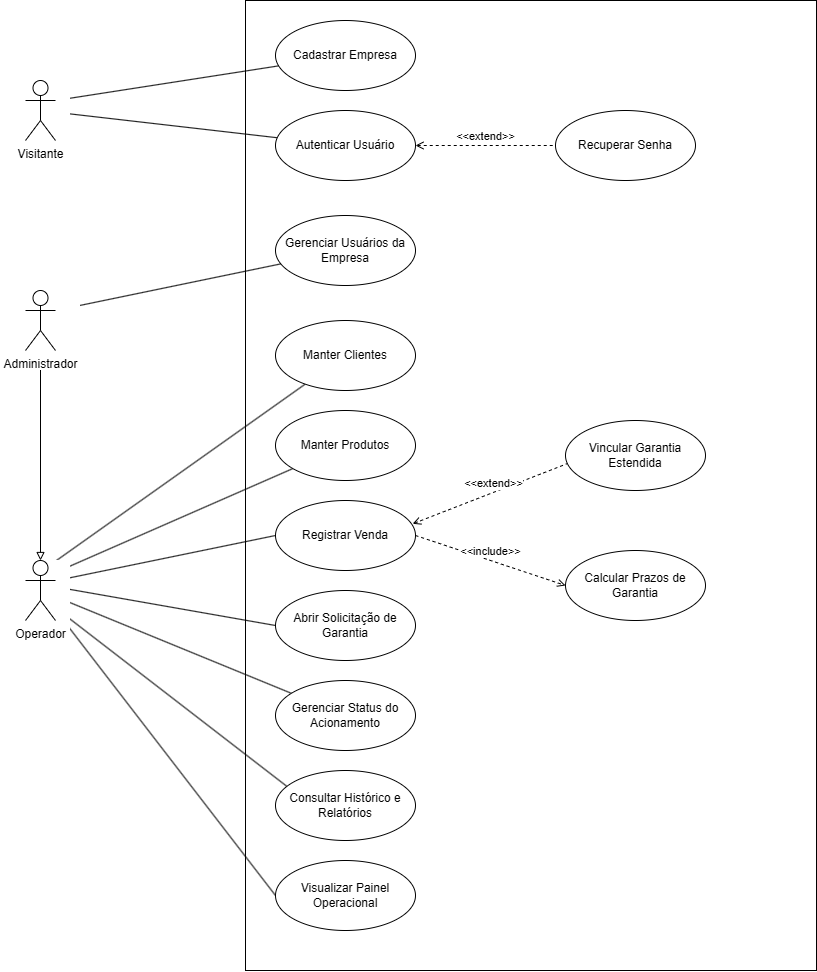
tmateus4/garantia-tcc-2026 keeps this draw.io diagram as img/diagramacasos.png. Above is the earlier version. Source tidied: cells renumbered, new cells last; positions are measured from the earlier drawing's top-left corner, leaving out a move shared by most shapes.
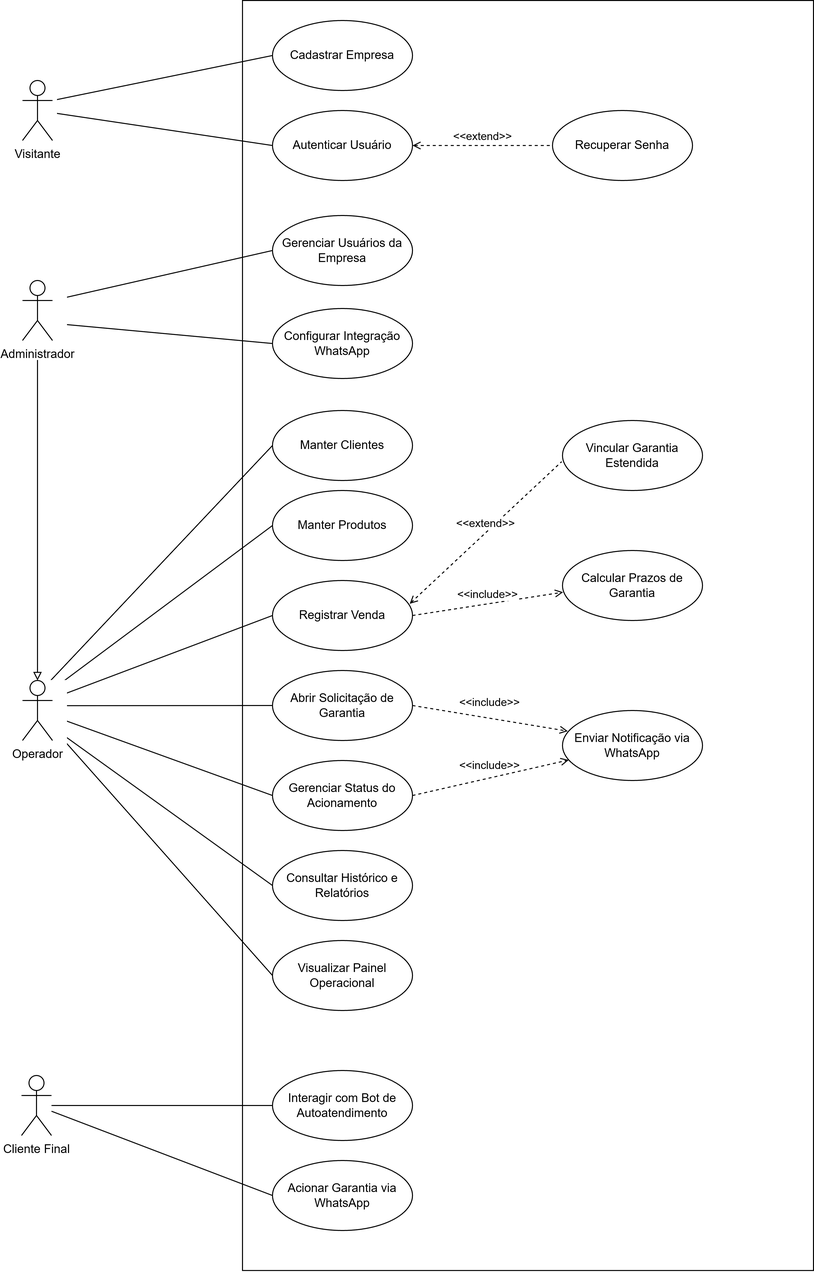
The same diagram one commit later.

The edit, as a diff of the source:
```diff
@@ -2,54 +2,51 @@
   <root>
     <mxCell id="0" />
     <mxCell id="1" parent="0" />
+    <mxCell id="36" style="rounded=0;whiteSpace=wrap;html=1;rotation=90;strokeColor=none;" parent="1" vertex="1">
+      <mxGeometry x="4" y="1090" width="80" height="30" as="geometry" />
+    </mxCell>
+    <mxCell id="7" style="rounded=0;jettySize=auto;html=1;exitX=0.5;exitY=0.5;exitDx=0;exitDy=0;exitPerimeter=0;endArrow=block;endFill=0;labelBackgroundColor=none;" parent="1" edge="1" source="17" target="35">
+      <mxGeometry relative="1" as="geometry" />
+    </mxCell>
     <mxCell id="2" style="rounded=0;whiteSpace=wrap;html=1;" parent="1" vertex="1">
-      <mxGeometry x="250" width="571" height="970" as="geometry" />
+      <mxGeometry x="250" width="571" height="1270" as="geometry" />
     </mxCell>
-    <mxCell id="3" style="rounded=0;jettySize=auto;html=1;exitX=0;exitY=0.5;exitDx=0;exitDy=0;endArrow=none;endFill=0;entryX=0.559;entryY=0.383;entryDx=0;entryDy=0;entryPerimeter=0;labelBackgroundColor=none;" parent="1" edge="1" source="28" target="35">
-      <mxGeometry relative="1" as="geometry" />
-    </mxCell>
-    <mxCell id="4" style="rounded=0;jettySize=auto;html=1;endArrow=none;endFill=0;" parent="1" edge="1" source="21" target="18">
+    <mxCell id="4" style="rounded=0;jettySize=auto;html=1;endArrow=none;endFill=0;exitX=0;exitY=0.5;exitDx=0;exitDy=0;" parent="1" edge="1" source="21" target="18">
       <mxGeometry relative="1" as="geometry" />
     </mxCell>
-    <mxCell id="5" style="rounded=0;jettySize=auto;html=1;entryX=1;entryY=0.3333333333333333;entryDx=0;entryDy=0;entryPerimeter=0;endArrow=none;endFill=0;" parent="1" edge="1" source="19" target="18">
+    <mxCell id="5" style="rounded=0;jettySize=auto;html=1;entryX=1;entryY=0.3333333333333333;entryDx=0;entryDy=0;entryPerimeter=0;endArrow=none;endFill=0;exitX=0;exitY=0.5;exitDx=0;exitDy=0;" parent="1" edge="1" source="19" target="18">
       <mxGeometry relative="1" as="geometry" />
     </mxCell>
     <mxCell id="6" style="rounded=0;whiteSpace=wrap;html=1;rotation=90;strokeColor=none;" parent="1" vertex="1">
-      <mxGeometry y="85" width="90" height="60" as="geometry" />
+      <mxGeometry x="-10" y="95" width="110" height="40" as="geometry" />
     </mxCell>
-    <mxCell id="7" style="rounded=0;jettySize=auto;html=1;exitX=0.5;exitY=0.5;exitDx=0;exitDy=0;exitPerimeter=0;endArrow=block;endFill=0;labelBackgroundColor=none;" parent="1" edge="1" source="17" target="35">
-      <mxGeometry relative="1" as="geometry" />
-    </mxCell>
-    <mxCell id="8" style="rounded=0;jettySize=auto;html=1;entryX=1;entryY=0.3333333333333333;entryDx=0;entryDy=0;entryPerimeter=0;endArrow=none;endFill=0;" parent="1" edge="1" source="23" target="17">
+    <mxCell id="8" style="rounded=0;jettySize=auto;html=1;entryX=1;entryY=0.3333333333333333;entryDx=0;entryDy=0;entryPerimeter=0;endArrow=none;endFill=0;exitX=0;exitY=0.5;exitDx=0;exitDy=0;" parent="1" edge="1" source="23" target="17">
       <mxGeometry relative="1" as="geometry" />
     </mxCell>
-    <mxCell id="9" style="rounded=0;whiteSpace=wrap;html=1;rotation=90;strokeColor=none;" parent="1" vertex="1">
-      <mxGeometry y="285" width="90" height="80" as="geometry" />
-    </mxCell>
-    <mxCell id="10" style="rounded=0;jettySize=auto;html=1;endArrow=none;endFill=0;entryX=0.75;entryY=0.1;entryDx=0;entryDy=0;entryPerimeter=0;labelBackgroundColor=none;" parent="1" edge="1" source="24" target="35">
+    <mxCell id="10" style="rounded=0;jettySize=auto;html=1;endArrow=none;endFill=0;entryX=0.75;entryY=0.1;entryDx=0;entryDy=0;entryPerimeter=0;labelBackgroundColor=none;exitX=0;exitY=0.5;exitDx=0;exitDy=0;" parent="1" edge="1" source="24" target="35">
       <mxGeometry relative="1" as="geometry" />
     </mxCell>
-    <mxCell id="11" style="rounded=0;jettySize=auto;html=1;endArrow=none;endFill=0;entryX=0.67;entryY=0.272;entryDx=0;entryDy=0;entryPerimeter=0;labelBackgroundColor=none;" parent="1" edge="1" source="25" target="35">
+    <mxCell id="11" style="rounded=0;jettySize=auto;html=1;endArrow=none;endFill=0;entryX=0.67;entryY=0.272;entryDx=0;entryDy=0;entryPerimeter=0;labelBackgroundColor=none;exitX=0;exitY=0.5;exitDx=0;exitDy=0;" parent="1" edge="1" source="25" target="35">
       <mxGeometry relative="1" as="geometry" />
     </mxCell>
+    <mxCell id="3" style="rounded=0;jettySize=auto;html=1;exitX=0;exitY=0.5;exitDx=0;exitDy=0;endArrow=none;endFill=0;entryX=0.559;entryY=0.383;entryDx=0;entryDy=0;entryPerimeter=0;labelBackgroundColor=none;" parent="1" edge="1" source="28" target="35">
+      <mxGeometry relative="1" as="geometry" />
+    </mxCell>
     <mxCell id="12" style="rounded=0;jettySize=auto;html=1;entryX=0;entryY=0.5;entryDx=0;entryDy=0;endArrow=none;endFill=0;exitX=0.781;exitY=0.42;exitDx=0;exitDy=0;exitPerimeter=0;labelBackgroundColor=none;" parent="1" edge="1" source="35" target="31">
       <mxGeometry relative="1" as="geometry" />
     </mxCell>
-    <mxCell id="13" style="rounded=0;jettySize=auto;html=1;endArrow=none;endFill=0;entryX=0.5;entryY=0.5;entryDx=0;entryDy=0;entryPerimeter=0;labelBackgroundColor=none;" parent="1" edge="1" source="32" target="35">
+    <mxCell id="13" style="rounded=0;jettySize=auto;html=1;endArrow=none;endFill=0;entryX=0.5;entryY=0.5;entryDx=0;entryDy=0;entryPerimeter=0;labelBackgroundColor=none;exitX=0;exitY=0.5;exitDx=0;exitDy=0;" parent="1" edge="1" source="32" target="35">
       <mxGeometry relative="1" as="geometry" />
     </mxCell>
-    <mxCell id="14" style="rounded=0;jettySize=auto;html=1;endArrow=none;endFill=0;exitX=0.092;exitY=0.243;exitDx=0;exitDy=0;exitPerimeter=0;entryX=0.67;entryY=0.661;entryDx=0;entryDy=0;entryPerimeter=0;labelBackgroundColor=none;" parent="1" edge="1" source="33" target="35">
+    <mxCell id="14" style="rounded=0;jettySize=auto;html=1;endArrow=none;endFill=0;exitX=0;exitY=0.5;exitDx=0;exitDy=0;entryX=0.67;entryY=0.661;entryDx=0;entryDy=0;entryPerimeter=0;labelBackgroundColor=none;" parent="1" edge="1" source="33" target="35">
       <mxGeometry relative="1" as="geometry" />
     </mxCell>
     <mxCell id="15" style="rounded=0;jettySize=auto;html=1;endArrow=none;endFill=0;exitX=0;exitY=0.5;exitDx=0;exitDy=0;labelBackgroundColor=none;" parent="1" edge="1" source="34" target="35">
       <mxGeometry relative="1" as="geometry" />
     </mxCell>
     <mxCell id="16" style="rounded=0;whiteSpace=wrap;html=1;rotation=90;strokeColor=none;" parent="1" vertex="1">
-      <mxGeometry x="5" y="570" width="80" height="60" as="geometry" />
+      <mxGeometry x="10" y="685" width="70" height="60" as="geometry" />
     </mxCell>
-    <mxCell id="17" value="Administrador" style="shape=umlActor;verticalLabelPosition=bottom;verticalAlign=top;html=1;" parent="1" vertex="1">
-      <mxGeometry x="30" y="290" width="30" height="60" as="geometry" />
-    </mxCell>
     <mxCell id="18" value="Visitante&lt;div&gt;&lt;br&gt;&lt;/div&gt;" style="shape=umlActor;verticalLabelPosition=bottom;verticalAlign=top;html=1;" parent="1" vertex="1">
       <mxGeometry x="30" y="80" width="30" height="60" as="geometry" />
     </mxCell>
@@ -69,19 +66,19 @@
       <mxGeometry x="280" y="215" width="140" height="70" as="geometry" />
     </mxCell>
     <mxCell id="24" value="Manter Clientes" style="ellipse;whiteSpace=wrap;html=1;" parent="1" vertex="1">
-      <mxGeometry x="280" y="320" width="140" height="70" as="geometry" />
+      <mxGeometry x="280" y="410" width="140" height="70" as="geometry" />
     </mxCell>
     <mxCell id="25" value="Manter Produtos" style="ellipse;whiteSpace=wrap;html=1;" parent="1" vertex="1">
-      <mxGeometry x="280" y="410" width="140" height="70" as="geometry" />
+      <mxGeometry x="280" y="490" width="140" height="70" as="geometry" />
     </mxCell>
-    <mxCell id="26" value="&amp;lt;&amp;lt;include&amp;gt;&amp;gt;" style="rounded=0;jettySize=auto;html=1;exitX=1;exitY=0.5;exitDx=0;exitDy=0;endArrow=open;endFill=0;dashed=1;verticalAlign=bottom;entryX=0;entryY=0.5;entryDx=0;entryDy=0;" parent="1" edge="1" source="28" target="29">
+    <mxCell id="26" value="&amp;lt;&amp;lt;include&amp;gt;&amp;gt;" style="rounded=0;jettySize=auto;html=1;exitX=1;exitY=0.5;exitDx=0;exitDy=0;endArrow=open;endFill=0;dashed=1;verticalAlign=bottom;entryX=0.004;entryY=0.596;entryDx=0;entryDy=0;entryPerimeter=0;" parent="1" edge="1" source="28" target="29">
       <mxGeometry relative="1" as="geometry" />
     </mxCell>
-    <mxCell id="27" value="&amp;lt;&amp;lt;extend&amp;gt;&amp;gt;" style="rounded=0;jettySize=auto;html=1;exitX=0.98;exitY=0.333;exitDx=0;exitDy=0;endArrow=none;endFill=0;dashed=1;verticalAlign=bottom;startArrow=open;startFill=0;exitPerimeter=0;entryX=0.071;entryY=0.571;entryDx=0;entryDy=0;entryPerimeter=0;" parent="1" edge="1" source="28" target="30">
+    <mxCell id="27" value="&amp;lt;&amp;lt;extend&amp;gt;&amp;gt;" style="rounded=0;jettySize=auto;html=1;exitX=0.98;exitY=0.333;exitDx=0;exitDy=0;endArrow=none;endFill=0;dashed=1;verticalAlign=bottom;startArrow=open;startFill=0;exitPerimeter=0;entryX=-0.006;entryY=0.588;entryDx=0;entryDy=0;entryPerimeter=0;" parent="1" edge="1" source="28" target="30">
       <mxGeometry relative="1" as="geometry" />
     </mxCell>
     <mxCell id="28" value="Registrar Venda" style="ellipse;whiteSpace=wrap;html=1;" parent="1" vertex="1">
-      <mxGeometry x="280" y="500" width="140" height="70" as="geometry" />
+      <mxGeometry x="280" y="580" width="140" height="70" as="geometry" />
     </mxCell>
     <mxCell id="29" value="Calcular Prazos de Garantia" style="ellipse;whiteSpace=wrap;html=1;" parent="1" vertex="1">
       <mxGeometry x="570" y="550" width="140" height="70" as="geometry" />
@@ -89,20 +86,58 @@
     <mxCell id="30" value="Vincular Garantia Estendida" style="ellipse;whiteSpace=wrap;html=1;" parent="1" vertex="1">
       <mxGeometry x="570" y="420" width="140" height="70" as="geometry" />
     </mxCell>
+    <mxCell id="37" value="&#10;&amp;lt;&amp;lt;include&amp;gt;&amp;gt;&#10;&#10;" style="rounded=0;jettySize=auto;html=1;dashed=1;labelBackgroundColor=none;endArrow=open;endFill=0;entryX=0.038;entryY=0.295;entryDx=0;entryDy=0;entryPerimeter=0;exitX=1;exitY=0.5;exitDx=0;exitDy=0;" parent="1" edge="1" source="31" target="42">
+      <mxGeometry x="-0.04" y="10" relative="1" as="geometry">
+        <mxPoint y="1" as="offset" />
+      </mxGeometry>
+    </mxCell>
     <mxCell id="31" value="Abrir Solicitação de Garantia" style="ellipse;whiteSpace=wrap;html=1;" parent="1" vertex="1">
-      <mxGeometry x="280" y="590" width="140" height="70" as="geometry" />
+      <mxGeometry x="280" y="670" width="140" height="70" as="geometry" />
     </mxCell>
     <mxCell id="32" value="Gerenciar Status do Acionamento" style="ellipse;whiteSpace=wrap;html=1;" parent="1" vertex="1">
-      <mxGeometry x="280" y="680" width="140" height="70" as="geometry" />
+      <mxGeometry x="280" y="760" width="140" height="70" as="geometry" />
     </mxCell>
     <mxCell id="33" value="Consultar Histórico e Relatórios" style="ellipse;whiteSpace=wrap;html=1;" parent="1" vertex="1">
-      <mxGeometry x="280" y="770" width="140" height="70" as="geometry" />
+      <mxGeometry x="280" y="850" width="140" height="70" as="geometry" />
     </mxCell>
     <mxCell id="34" value="Visualizar Painel Operacional" style="ellipse;whiteSpace=wrap;html=1;" parent="1" vertex="1">
-      <mxGeometry x="280" y="860" width="140" height="70" as="geometry" />
+      <mxGeometry x="280" y="940" width="140" height="70" as="geometry" />
     </mxCell>
     <mxCell id="35" value="Operador&lt;div&gt;&lt;br&gt;&lt;/div&gt;" style="shape=umlActor;verticalLabelPosition=bottom;verticalAlign=top;html=1;shadow=0;labelBackgroundColor=none;backgroundOutline=0;movableLabel=0;fillColor=#FFFFFF;fillStyle=auto;" parent="1" vertex="1">
-      <mxGeometry x="30" y="560" width="30" height="60" as="geometry" />
+      <mxGeometry x="30" y="680" width="30" height="60" as="geometry" />
     </mxCell>
+    <mxCell id="38" value="Configurar Integração WhatsApp" style="ellipse;whiteSpace=wrap;html=1;" parent="1" vertex="1">
+      <mxGeometry x="280" y="308" width="140" height="70" as="geometry" />
+    </mxCell>
+    <mxCell id="39" value="Cliente Final" style="shape=umlActor;verticalLabelPosition=bottom;verticalAlign=top;html=1;" parent="1" vertex="1">
+      <mxGeometry x="29" y="1075" width="30" height="60" as="geometry" />
+    </mxCell>
+    <mxCell id="40" value="Interagir com Bot de Autoatendimento" style="ellipse;whiteSpace=wrap;html=1;" parent="1" vertex="1">
+      <mxGeometry x="280" y="1070" width="140" height="70" as="geometry" />
+    </mxCell>
+    <mxCell id="41" style="rounded=0;jettySize=auto;html=1;entryX=0;entryY=0.5;entryDx=0;entryDy=0;endArrow=none;endFill=0;" parent="1" edge="1" source="36" target="40">
+      <mxGeometry relative="1" as="geometry" />
+    </mxCell>
+    <mxCell id="42" value="Enviar Notificação via WhatsApp" style="ellipse;whiteSpace=wrap;html=1;" parent="1" vertex="1">
+      <mxGeometry x="570" y="710" width="140" height="70" as="geometry" />
+    </mxCell>
+    <mxCell id="43" value="&#10;&amp;lt;&amp;lt;include&amp;gt;&amp;gt;&#10;&#10;" style="rounded=0;jettySize=auto;html=1;dashed=1;labelBackgroundColor=none;endArrow=open;endFill=0;exitX=1;exitY=0.5;exitDx=0;exitDy=0;" parent="1" edge="1" source="32" target="42">
+      <mxGeometry y="5" relative="1" as="geometry" />
+    </mxCell>
+    <mxCell id="44" style="rounded=0;jettySize=auto;html=1;entryX=0.366;entryY=0.684;entryDx=0;entryDy=0;entryPerimeter=0;endArrow=none;endFill=0;exitX=0;exitY=0.5;exitDx=0;exitDy=0;" parent="1" edge="1" source="38" target="17">
+      <mxGeometry relative="1" as="geometry" />
+    </mxCell>
+    <mxCell id="9" style="rounded=0;whiteSpace=wrap;html=1;rotation=90;strokeColor=none;" parent="1" vertex="1">
+      <mxGeometry y="285" width="90" height="60" as="geometry" />
+    </mxCell>
+    <mxCell id="17" value="Administrador" style="shape=umlActor;verticalLabelPosition=bottom;verticalAlign=top;html=1;" parent="1" vertex="1">
+      <mxGeometry x="30" y="280" width="30" height="60" as="geometry" />
+    </mxCell>
+    <mxCell id="45" style="rounded=0;jettySize=auto;html=1;defaultLabelBackgroundColor=gap;endArrow=none;endFill=0;exitX=0;exitY=0.5;exitDx=0;exitDy=0;" parent="1" edge="1" source="46" target="36">
+      <mxGeometry relative="1" as="geometry" />
+    </mxCell>
+    <mxCell id="46" value="Acionar Garantia via WhatsApp" style="ellipse;whiteSpace=wrap;html=1;" parent="1" vertex="1">
+      <mxGeometry x="280" y="1160" width="140" height="70" as="geometry" />
+    </mxCell>
   </root>
 </mxGraphModel>
```
